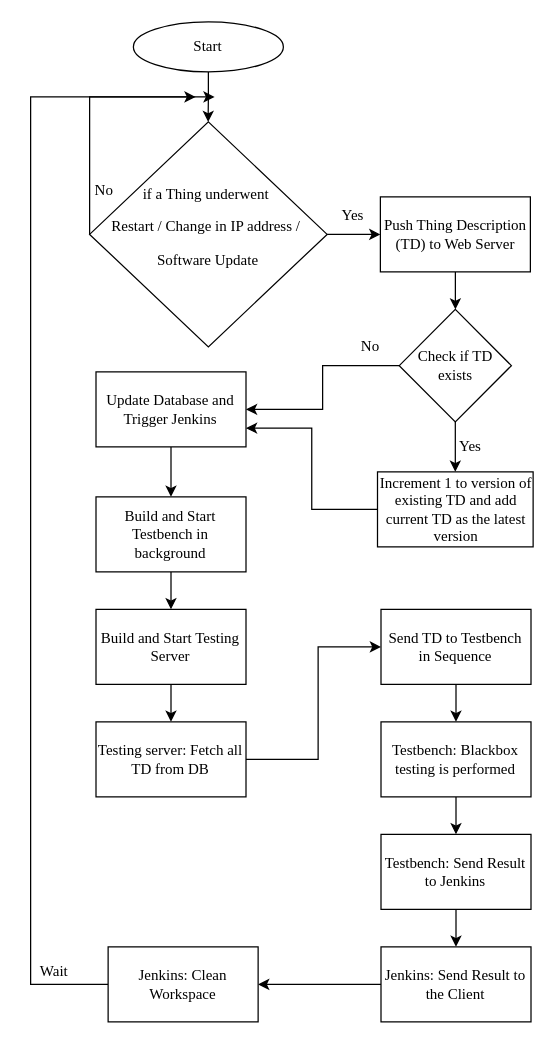
This is page "Page-2" (2 of 9) of SystemAll.drawio from ctmuthu/wot-sys-ci, a draw.io file, before an edit. Source tidied: cells renumbered, new cells numbered last; positions are measured from the earlier drawing's top-left corner, leaving out a move shared by most shapes. Both pictures are drawn from the tidied source at 125%, with x=0, y=0 at pixel (29, 21).
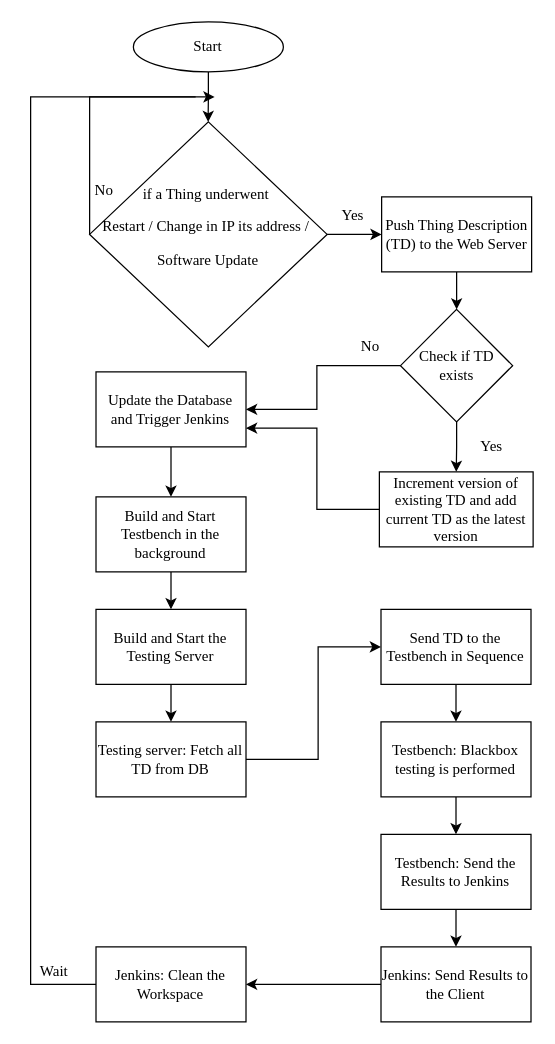
The same page after the edit.

Change to the diagram source:
```diff
@@
-    <mxCell id="8" value="&lt;font face=&quot;Times New Roman&quot;&gt;Push Thing Description (TD) to Web Server&lt;/font&gt;" style="rounded=0;whiteSpace=wrap;html=1;" parent="1" vertex="1">
-      <mxGeometry x="280.8" y="140" width="120" height="60" as="geometry" />
+    <mxCell id="8" value="&lt;font face=&quot;Times New Roman&quot;&gt;Push Thing Description (TD) to the Web Server&lt;/font&gt;" style="rounded=0;whiteSpace=wrap;html=1;" parent="1" vertex="1">
+      <mxGeometry x="281.8" y="140" width="120" height="60" as="geometry" />
     </mxCell>
     <mxCell id="9" style="edgeStyle=orthogonalEdgeStyle;rounded=0;jettySize=auto;html=1;startArrow=none;startFill=0;entryX=1;entryY=0.5;entryDx=0;entryDy=0;" parent="1" edge="1" source="11" target="13">
-      <mxGeometry relative="1" as="geometry" />
+      <mxGeometry relative="1" as="geometry">
+        <Array as="points">
+          <mxPoint x="230" y="275" />
+          <mxPoint x="230" y="310" />
+        </Array>
+      </mxGeometry>
     </mxCell>
@@
     <mxCell id="11" value="&lt;font face=&quot;Times New Roman&quot;&gt;Check if TD exists&lt;/font&gt;" style="rhombus;whiteSpace=wrap;html=1;" parent="1" vertex="1">
-      <mxGeometry x="295.9" y="230" width="89.7" height="90" as="geometry" />
+      <mxGeometry x="296.9" y="230" width="89.7" height="90" as="geometry" />
     </mxCell>
@@
-    <mxCell id="13" value="&lt;font face=&quot;Times New Roman&quot;&gt;Update Database and Trigger Jenkins&lt;/font&gt;" style="rounded=0;whiteSpace=wrap;html=1;" parent="1" vertex="1">
+    <mxCell id="13" value="&lt;font face=&quot;Times New Roman&quot;&gt;Update the Database and Trigger Jenkins&lt;/font&gt;" style="rounded=0;whiteSpace=wrap;html=1;" parent="1" vertex="1">
       <mxGeometry x="53.3" y="280" width="120" height="60" as="geometry" />
     </mxCell>
     <mxCell id="14" value="&lt;font face=&quot;Times New Roman&quot;&gt;Yes&lt;/font&gt;" style="text;html=1;strokeColor=none;fillColor=none;align=center;verticalAlign=middle;whiteSpace=wrap;rounded=0;" parent="1" vertex="1">
-      <mxGeometry x="333.3" y="330" width="40" height="20" as="geometry" />
+      <mxGeometry x="350" y="330" width="40" height="20" as="geometry" />
     </mxCell>
@@
-    <mxCell id="17" value="&lt;font face=&quot;Times New Roman&quot;&gt;Build and Start Testbench in background&lt;/font&gt;" style="rounded=0;whiteSpace=wrap;html=1;" parent="1" vertex="1">
+    <mxCell id="17" value="&lt;font face=&quot;Times New Roman&quot;&gt;Build and Start Testbench in the background&lt;/font&gt;" style="rounded=0;whiteSpace=wrap;html=1;" parent="1" vertex="1">
       <mxGeometry x="53.3" y="380" width="120" height="60" as="geometry" />
     </mxCell>
@@
-    <mxCell id="19" value="&lt;font face=&quot;Times New Roman&quot;&gt;Build and Start Testing Server&lt;/font&gt;" style="rounded=0;whiteSpace=wrap;html=1;" parent="1" vertex="1">
+    <mxCell id="19" value="&lt;font face=&quot;Times New Roman&quot;&gt;Build and Start the Testing Server&lt;/font&gt;" style="rounded=0;whiteSpace=wrap;html=1;" parent="1" vertex="1">
       <mxGeometry x="53.3" y="470" width="120" height="60" as="geometry" />
     </mxCell>
@@
-    <mxCell id="23" value="&lt;font face=&quot;Times New Roman&quot;&gt;Send TD to Testbench in Sequence&lt;/font&gt;" style="rounded=0;whiteSpace=wrap;html=1;" parent="1" vertex="1">
+    <mxCell id="23" value="&lt;font face=&quot;Times New Roman&quot;&gt;Send TD to the Testbench in Sequence&lt;/font&gt;" style="rounded=0;whiteSpace=wrap;html=1;" parent="1" vertex="1">
       <mxGeometry x="281.3" y="470" width="120" height="60" as="geometry" />
     </mxCell>
@@
-    <mxCell id="27" value="&lt;font face=&quot;Times New Roman&quot;&gt;Testbench: Send Result to Jenkins&lt;/font&gt;" style="rounded=0;whiteSpace=wrap;html=1;" parent="1" vertex="1">
+    <mxCell id="27" value="&lt;font face=&quot;Times New Roman&quot;&gt;Testbench: Send the Results to Jenkins&lt;/font&gt;" style="rounded=0;whiteSpace=wrap;html=1;" parent="1" vertex="1">
       <mxGeometry x="281.3" y="650" width="120" height="60" as="geometry" />
     </mxCell>
@@
-    <mxCell id="29" value="&lt;font face=&quot;Times New Roman&quot;&gt;Jenkins: Send Result to the Client&lt;/font&gt;" style="rounded=0;whiteSpace=wrap;html=1;" parent="1" vertex="1">
+    <mxCell id="29" value="&lt;font face=&quot;Times New Roman&quot;&gt;Jenkins: Send Results to the Client&lt;/font&gt;" style="rounded=0;whiteSpace=wrap;html=1;" parent="1" vertex="1">
       <mxGeometry x="281.3" y="740" width="120" height="60" as="geometry" />
     </mxCell>
-    <mxCell id="30" style="edgeStyle=orthogonalEdgeStyle;rounded=0;jettySize=auto;html=1;startArrow=none;startFill=0;exitX=0;exitY=0.5;exitDx=0;exitDy=0;" parent="1" edge="1" source="31">
+    <mxCell id="30" style="edgeStyle=orthogonalEdgeStyle;rounded=0;jettySize=auto;html=1;startArrow=none;startFill=0;exitX=0;exitY=0.5;exitDx=0;exitDy=0;endArrow=none;endFill=0;" parent="1" edge="1" source="31">
       <mxGeometry relative="1" as="geometry">
         <mxPoint x="133" y="60" as="targetPoint" />
         <Array as="points">
           <mxPoint x="1" y="770" />
           <mxPoint x="1" y="60" />
         </Array>
       </mxGeometry>
     </mxCell>
-    <mxCell id="31" value="&lt;font face=&quot;Times New Roman&quot;&gt;Jenkins: Clean Workspace&lt;/font&gt;" style="rounded=0;whiteSpace=wrap;html=1;" parent="1" vertex="1">
-      <mxGeometry x="63" y="740" width="120" height="60" as="geometry" />
+    <mxCell id="31" value="&lt;font face=&quot;Times New Roman&quot;&gt;Jenkins: Clean the Workspace&lt;/font&gt;" style="rounded=0;whiteSpace=wrap;html=1;" parent="1" vertex="1">
+      <mxGeometry x="53.3" y="740" width="120" height="60" as="geometry" />
     </mxCell>
     <mxCell id="32" style="edgeStyle=orthogonalEdgeStyle;rounded=0;jettySize=auto;html=1;entryX=1;entryY=0.75;entryDx=0;entryDy=0;startArrow=none;startFill=0;" parent="1" edge="1" source="33" target="13">
-      <mxGeometry relative="1" as="geometry" />
+      <mxGeometry relative="1" as="geometry">
+        <Array as="points">
+          <mxPoint x="230" y="390" />
+          <mxPoint x="230" y="325" />
+        </Array>
+      </mxGeometry>
     </mxCell>
-    <mxCell id="33" value="&lt;font face=&quot;Times New Roman&quot;&gt;Increment 1 to version of existing TD and add current TD as the latest version&lt;/font&gt;" style="rounded=0;whiteSpace=wrap;html=1;" parent="1" vertex="1">
-      <mxGeometry x="278.5" y="360" width="124.5" height="60" as="geometry" />
+    <mxCell id="33" value="&lt;font face=&quot;Times New Roman&quot;&gt;Increment version of existing TD and add current TD as the latest version&lt;/font&gt;" style="rounded=0;whiteSpace=wrap;html=1;" parent="1" vertex="1">
+      <mxGeometry x="280" y="360" width="123" height="60" as="geometry" />
     </mxCell>
@@
-    <mxCell id="36" value="&lt;font face=&quot;Times New Roman&quot;&gt;&lt;span&gt;if a Thing underwent&amp;nbsp;&lt;/span&gt;&lt;br&gt;&lt;/font&gt;&lt;p class=&quot;p1&quot;&gt;&lt;font face=&quot;Times New Roman&quot;&gt;&lt;span&gt;Restart /&amp;nbsp;&lt;/span&gt;&lt;span&gt;Change in IP address /&amp;nbsp;&lt;/span&gt;&lt;/font&gt;&lt;/p&gt;&lt;p class=&quot;p1&quot;&gt;&lt;font face=&quot;Times New Roman&quot;&gt;Software Update&lt;/font&gt;&lt;/p&gt;" style="rhombus;whiteSpace=wrap;html=1;" parent="1" vertex="1">
+    <mxCell id="36" value="&lt;font face=&quot;Times New Roman&quot;&gt;&lt;span&gt;if a Thing underwent&amp;nbsp;&lt;/span&gt;&lt;br&gt;&lt;/font&gt;&lt;p class=&quot;p1&quot;&gt;&lt;font face=&quot;Times New Roman&quot;&gt;&lt;span&gt;Restart /&amp;nbsp;&lt;/span&gt;&lt;span&gt;Change in IP its address /&amp;nbsp;&lt;/span&gt;&lt;/font&gt;&lt;/p&gt;&lt;p class=&quot;p1&quot;&gt;&lt;font face=&quot;Times New Roman&quot;&gt;Software Update&lt;/font&gt;&lt;/p&gt;" style="rhombus;whiteSpace=wrap;html=1;" parent="1" vertex="1">
       <mxGeometry x="48.2" y="80" width="190" height="180" as="geometry" />
     </mxCell>
```
